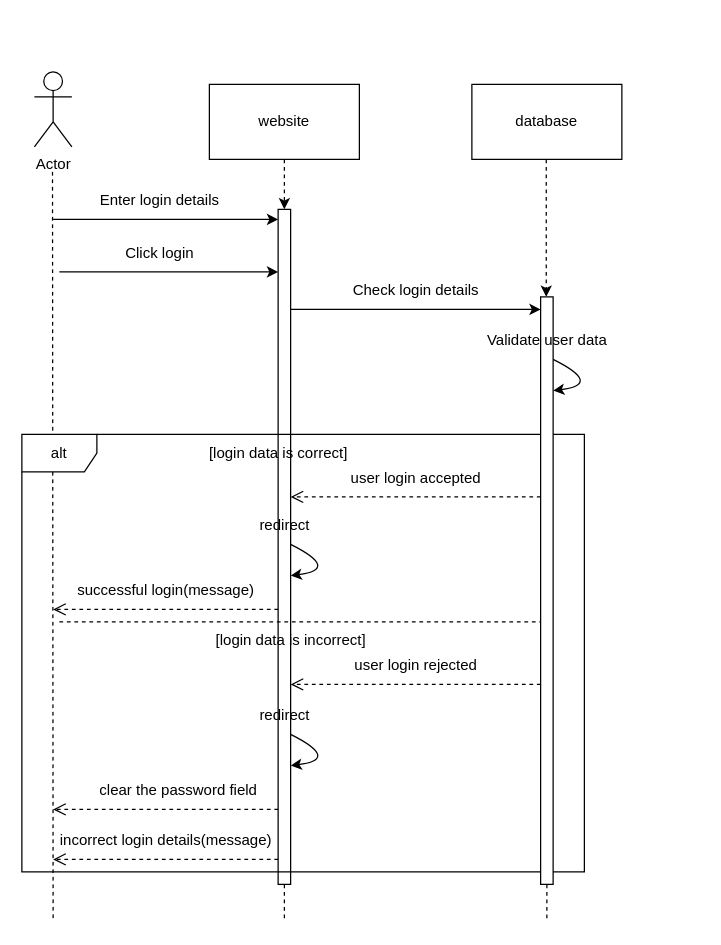
The draw.io diagram Untitled Diagram.drawio in CodeSithum/sequencediagram, before the edit. Source tidied: cells renumbered, new cells numbered last; positions are measured from the earlier drawing's top-left corner, leaving out a move shared by most shapes. Both pictures are drawn from the tidied source at 125%, with x=0, y=0 at pixel (21, 71).
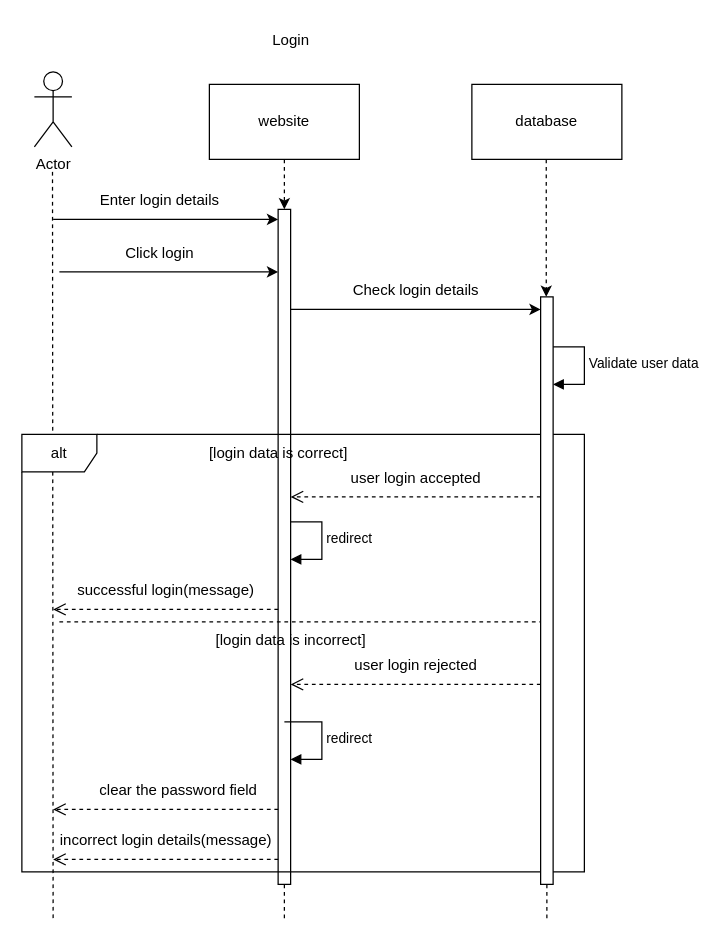
The same diagram, later.

The edit, as a diff of the source:
```diff
@@
+    <mxCell id="38" value="redirect" style="html=1;align=left;spacingLeft=2;endArrow=block;rounded=0;edgeStyle=orthogonalEdgeStyle;curved=0;rounded=0;" parent="1" edge="1">
+      <mxGeometry relative="1" as="geometry">
+        <mxPoint x="210" y="360" as="sourcePoint" />
+        <mxPoint x="215" y="390" as="targetPoint" />
+        <Array as="points">
+          <mxPoint x="240" y="390" />
+        </Array>
+      </mxGeometry>
+    </mxCell>
+    <mxCell id="37" value="Validate user data" style="html=1;align=left;spacingLeft=2;endArrow=block;rounded=0;edgeStyle=orthogonalEdgeStyle;curved=0;rounded=0;" parent="1" edge="1">
+      <mxGeometry relative="1" as="geometry">
+        <mxPoint x="420" y="220" as="sourcePoint" />
+        <mxPoint x="425" y="250" as="targetPoint" />
+        <Array as="points">
+          <mxPoint x="450" y="250" />
+        </Array>
+      </mxGeometry>
+    </mxCell>
@@
-    <mxCell id="18" value="redirect" style="text;html=1;align=center;verticalAlign=middle;strokeColor=none;fillColor=none;" parent="1" vertex="1">
-      <mxGeometry x="180" y="348" width="60" height="30" as="geometry" />
-    </mxCell>
@@
-    <mxCell id="21" style="endArrow=classic;html=1;curved=1;" parent="1" edge="1">
-      <mxGeometry relative="1" as="geometry">
-        <mxPoint x="215" y="378" as="sourcePoint" />
-        <mxPoint x="215" y="403" as="targetPoint" />
-        <Array as="points">
-          <mxPoint x="255" y="398" />
-        </Array>
-      </mxGeometry>
-    </mxCell>
-    <mxCell id="22" style="endArrow=classic;html=1;curved=1;" parent="1" edge="1">
-      <mxGeometry relative="1" as="geometry">
-        <mxPoint x="425" y="230" as="sourcePoint" />
-        <mxPoint x="425" y="255" as="targetPoint" />
-        <Array as="points">
-          <mxPoint x="465" y="250" />
-        </Array>
-      </mxGeometry>
-    </mxCell>
@@
-    <mxCell id="27" style="endArrow=classic;html=1;curved=1;" parent="1" edge="1">
-      <mxGeometry relative="1" as="geometry">
-        <mxPoint x="215" y="530" as="sourcePoint" />
-        <mxPoint x="215" y="555" as="targetPoint" />
-        <Array as="points">
-          <mxPoint x="255" y="550" />
-        </Array>
-      </mxGeometry>
-    </mxCell>
-    <mxCell id="28" value="redirect" style="text;html=1;align=center;verticalAlign=middle;strokeColor=none;fillColor=none;" parent="1" vertex="1">
-      <mxGeometry x="180" y="500" width="60" height="30" as="geometry" />
-    </mxCell>
@@
-    <mxCell id="37" value="Validate user data" style="text;html=1;align=center;verticalAlign=middle;strokeColor=none;fillColor=none;" parent="1" vertex="1">
-      <mxGeometry x="360" y="200" width="120" height="30" as="geometry" />
-    </mxCell>
+    <mxCell id="39" value="redirect" style="html=1;align=left;spacingLeft=2;endArrow=block;rounded=0;edgeStyle=orthogonalEdgeStyle;curved=0;rounded=0;" parent="1" edge="1">
+      <mxGeometry relative="1" as="geometry">
+        <mxPoint x="210" y="520" as="sourcePoint" />
+        <mxPoint x="215" y="550" as="targetPoint" />
+        <Array as="points">
+          <mxPoint x="240" y="550" />
+        </Array>
+      </mxGeometry>
+    </mxCell>
+    <mxCell id="40" value="Login" style="text;html=1;align=center;verticalAlign=middle;strokeColor=none;fillColor=none;" parent="1" vertex="1">
+      <mxGeometry x="190" y="-40" width="50" height="30" as="geometry" />
+    </mxCell>
```
